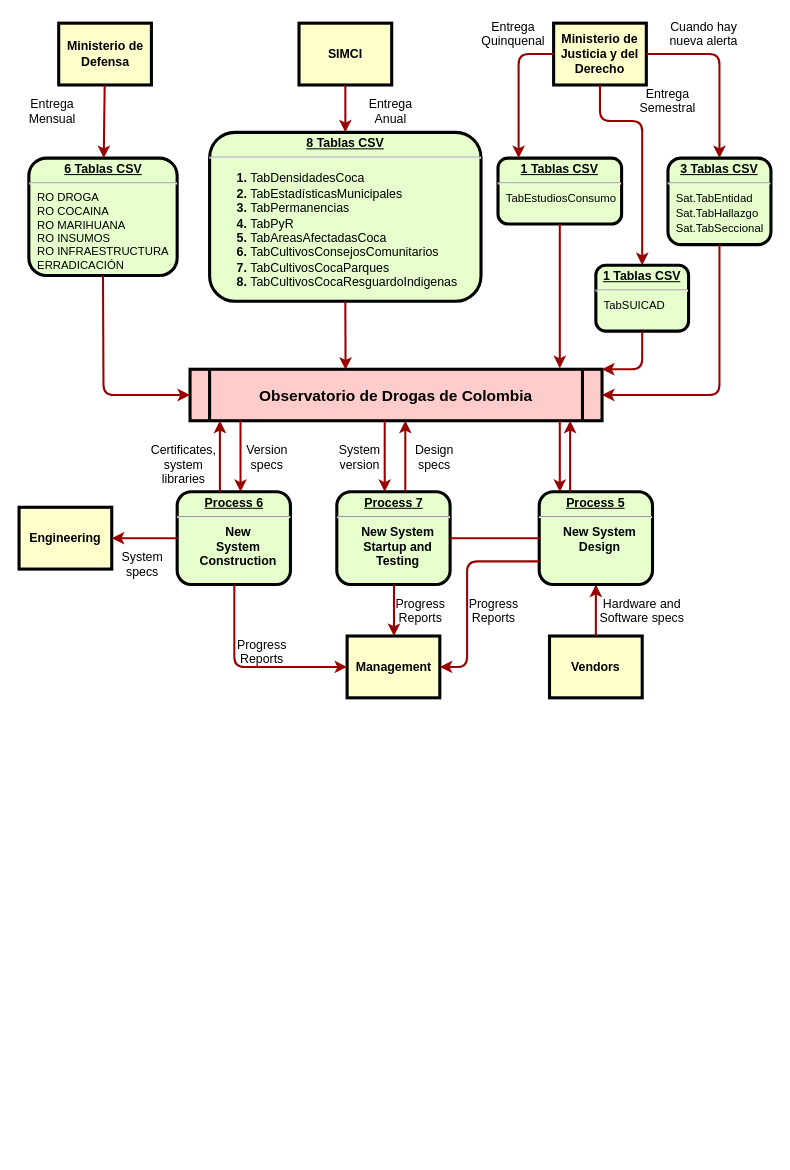
luisedchaf/Drawio keeps this draw.io diagram as Flujo de infor.drawio. Above is the earlier version. Source tidied: cells renumbered, new cells numbered last; positions are measured from the earlier drawing's top-left corner, leaving out a move shared by most shapes. Both pictures are drawn from the tidied source at 103%, with x=0, y=0 at pixel (19, 18).
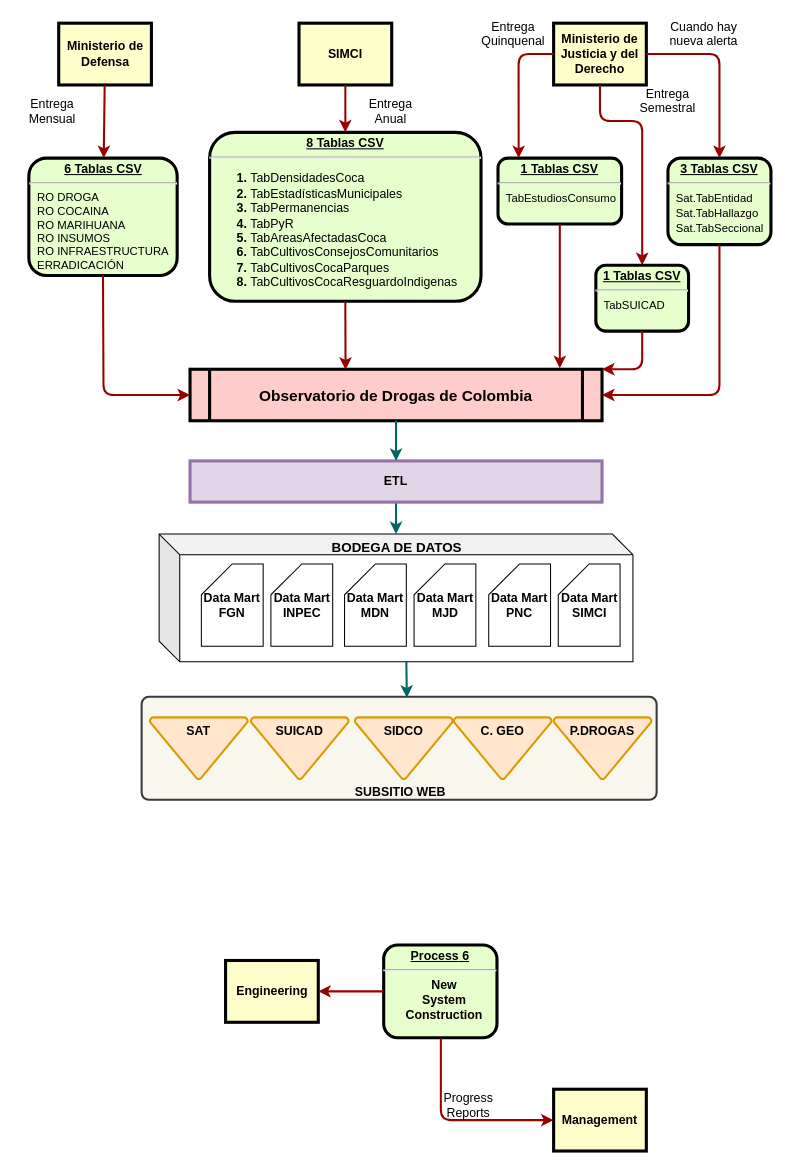
The same diagram, later.

Unchanged cells that the change refers to:
```xml
<mxCell id="4" value="Observatorio de Drogas de Colombia" style="shape=process;whiteSpace=wrap;align=center;verticalAlign=middle;size=0.0475;fontStyle=1;strokeWidth=3;fillColor=#FFCCCC;fontSize=15;" parent="1" vertex="1">
  <mxGeometry x="166" y="341" width="400" height="50" as="geometry" />
</mxCell>
```

Change to the diagram source:
```diff
@@
-    <mxCell id="5" value="&lt;p style=&quot;margin: 0px; margin-top: 4px; text-align: center; text-decoration: underline;&quot;&gt;&lt;strong&gt;&lt;strong&gt;Process&lt;/strong&gt; 5&lt;br /&gt;&lt;/strong&gt;&lt;/p&gt;&lt;hr /&gt;&lt;p style=&quot;margin: 0px; margin-left: 8px;&quot;&gt;New System&lt;/p&gt;&lt;p style=&quot;margin: 0px; margin-left: 8px;&quot;&gt;Design&lt;/p&gt;" style="verticalAlign=middle;align=center;overflow=fill;fontSize=12;fontFamily=Helvetica;html=1;rounded=1;fontStyle=1;strokeWidth=3;fillColor=#E6FFCC;" parent="1" vertex="1">
-      <mxGeometry x="505" y="460" width="110" height="90" as="geometry" />
-    </mxCell>
     <mxCell id="6" value="&lt;p style=&quot;margin: 0px; margin-top: 4px; text-align: center; text-decoration: underline;&quot;&gt;&lt;strong&gt;&lt;strong&gt;Process&lt;/strong&gt; 6&lt;br /&gt;&lt;/strong&gt;&lt;/p&gt;&lt;hr /&gt;&lt;p style=&quot;margin: 0px; margin-left: 8px;&quot;&gt;New&lt;/p&gt;&lt;p style=&quot;margin: 0px; margin-left: 8px;&quot;&gt;System&lt;/p&gt;&lt;p style=&quot;margin: 0px; margin-left: 8px;&quot;&gt;Construction&lt;/p&gt;" style="verticalAlign=middle;align=center;overflow=fill;fontSize=12;fontFamily=Helvetica;html=1;rounded=1;fontStyle=1;strokeWidth=3;fillColor=#E6FFCC;" parent="1" vertex="1">
-      <mxGeometry x="153.5" y="460" width="110" height="90" as="geometry" />
+      <mxGeometry x="354" y="900" width="110" height="90" as="geometry" />
     </mxCell>
     <mxCell id="7" value="Management" style="whiteSpace=wrap;align=center;verticalAlign=middle;fontStyle=1;strokeWidth=3;fillColor=#FFFFCC;" parent="1" vertex="1">
-      <mxGeometry x="318.5" y="600" width="90" height="60" as="geometry" />
+      <mxGeometry x="519" y="1040" width="90" height="60" as="geometry" />
     </mxCell>
     <mxCell id="8" value="Engineering" style="whiteSpace=wrap;align=center;verticalAlign=middle;fontStyle=1;strokeWidth=3;fillColor=#FFFFCC;" parent="1" vertex="1">
-      <mxGeometry y="475" width="90" height="60" as="geometry" />
+      <mxGeometry x="200.5" y="915" width="90" height="60" as="geometry" />
     </mxCell>
-    <mxCell id="9" value="Vendors" style="whiteSpace=wrap;align=center;verticalAlign=middle;fontStyle=1;strokeWidth=3;fillColor=#FFFFCC;" parent="1" vertex="1">
-      <mxGeometry x="515" y="600" width="90" height="60" as="geometry" />
-    </mxCell>
@@
-    <mxCell id="11" value="&lt;p style=&quot;margin: 0px; margin-top: 4px; text-align: center; text-decoration: underline;&quot;&gt;&lt;strong&gt;&lt;strong&gt;Process&lt;/strong&gt; 7&lt;br /&gt;&lt;/strong&gt;&lt;/p&gt;&lt;hr /&gt;&lt;p style=&quot;margin: 0px; margin-left: 8px;&quot;&gt;New System&lt;/p&gt;&lt;p style=&quot;margin: 0px; margin-left: 8px;&quot;&gt;Startup and&lt;/p&gt;&lt;p style=&quot;margin: 0px; margin-left: 8px;&quot;&gt;Testing&lt;/p&gt;" style="verticalAlign=middle;align=center;overflow=fill;fontSize=12;fontFamily=Helvetica;html=1;rounded=1;fontStyle=1;strokeWidth=3;fillColor=#E6FFCC;" parent="1" vertex="1">
-      <mxGeometry x="308.5" y="460" width="110" height="90" as="geometry" />
-    </mxCell>
-    <mxCell id="12" style="endArrow=none;noEdgeStyle=1;strokeColor=#990000;strokeWidth=2;" parent="1" edge="1" source="5" target="11">
-      <mxGeometry relative="1" as="geometry" />
-    </mxCell>
@@
-    <mxCell id="15" style="edgeStyle=elbowEdgeStyle;elbow=horizontal;strokeColor=#990000;strokeWidth=2;" parent="1" edge="1" source="5" target="4">
-      <mxGeometry relative="1" as="geometry">
-        <Array as="points">
-          <mxPoint x="535" y="420" />
-        </Array>
-      </mxGeometry>
-    </mxCell>
-    <mxCell id="16" style="edgeStyle=elbowEdgeStyle;elbow=horizontal;strokeColor=#990000;strokeWidth=2;" parent="1" edge="1" source="4" target="5">
-      <mxGeometry relative="1" as="geometry">
-        <Array as="points">
-          <mxPoint x="525" y="430" />
-        </Array>
-      </mxGeometry>
-    </mxCell>
-    <mxCell id="17" style="edgeStyle=elbowEdgeStyle;elbow=horizontal;strokeColor=#990000;strokeWidth=2;" parent="1" edge="1" source="9" target="5">
-      <mxGeometry relative="1" as="geometry" />
-    </mxCell>
-    <mxCell id="18" value="Hardware and&#10;Software specs" style="text;spacingTop=-5;align=center;" parent="1" vertex="1">
-      <mxGeometry x="590" y="560" width="30" height="20" as="geometry" />
-    </mxCell>
-    <mxCell id="19" style="edgeStyle=elbowEdgeStyle;elbow=horizontal;exitX=0;exitY=0.75;strokeColor=#990000;strokeWidth=2;" parent="1" edge="1" source="5" target="7">
-      <mxGeometry relative="1" as="geometry">
-        <Array as="points">
-          <mxPoint x="435" y="580" />
-        </Array>
-      </mxGeometry>
-    </mxCell>
-    <mxCell id="20" value="Progress&#10;Reports" style="text;spacingTop=-5;align=center;" parent="1" vertex="1">
-      <mxGeometry x="446" y="560" width="30" height="20" as="geometry" />
-    </mxCell>
-    <mxCell id="21" style="edgeStyle=elbowEdgeStyle;elbow=horizontal;strokeColor=#990000;strokeWidth=2;" parent="1" edge="1" source="11" target="7">
-      <mxGeometry relative="1" as="geometry" />
-    </mxCell>
-    <mxCell id="22" value="Progress&#10;Reports" style="text;spacingTop=-5;align=center;" parent="1" vertex="1">
-      <mxGeometry x="375" y="560" width="30" height="20" as="geometry" />
-    </mxCell>
     <mxCell id="23" style="edgeStyle=elbowEdgeStyle;elbow=horizontal;strokeColor=#990000;strokeWidth=2;" parent="1" edge="1" source="6" target="7">
       <mxGeometry relative="1" as="geometry">
         <Array as="points">
-          <mxPoint x="209" y="580" />
+          <mxPoint x="409.5" y="1020" />
         </Array>
       </mxGeometry>
     </mxCell>
     <mxCell id="24" value="Progress&#10;Reports" style="text;spacingTop=-5;align=center;" parent="1" vertex="1">
-      <mxGeometry x="221" y="600" width="30" height="20" as="geometry" />
+      <mxGeometry x="421.5" y="1040" width="30" height="20" as="geometry" />
     </mxCell>
@@
-    <mxCell id="26" style="edgeStyle=elbowEdgeStyle;elbow=horizontal;strokeColor=#990000;strokeWidth=2;" parent="1" edge="1" source="4" target="11">
-      <mxGeometry relative="1" as="geometry">
-        <Array as="points">
-          <mxPoint x="355" y="420" />
-        </Array>
-      </mxGeometry>
-    </mxCell>
-    <mxCell id="27" style="edgeStyle=elbowEdgeStyle;elbow=horizontal;strokeColor=#990000;strokeWidth=2;" parent="1" edge="1" source="11" target="4">
-      <mxGeometry relative="1" as="geometry">
-        <Array as="points">
-          <mxPoint x="375" y="420" />
-        </Array>
-      </mxGeometry>
-    </mxCell>
-    <mxCell id="28" value="Version&#10;specs" style="text;spacingTop=-5;align=center;" parent="1" vertex="1">
-      <mxGeometry x="226" y="411" width="30" height="20" as="geometry" />
-    </mxCell>
-    <mxCell id="29" value="Certificates,&#10;system&#10;libraries" style="text;spacingTop=-5;align=center;" parent="1" vertex="1">
-      <mxGeometry x="145" y="411" width="30" height="20" as="geometry" />
-    </mxCell>
-    <mxCell id="30" style="edgeStyle=elbowEdgeStyle;elbow=horizontal;strokeColor=#990000;strokeWidth=2;" parent="1" edge="1" source="4" target="6">
-      <mxGeometry relative="1" as="geometry">
-        <Array as="points">
-          <mxPoint x="215" y="420" />
-        </Array>
-      </mxGeometry>
-    </mxCell>
-    <mxCell id="31" style="edgeStyle=elbowEdgeStyle;elbow=horizontal;strokeColor=#990000;strokeWidth=2;" parent="1" edge="1" source="6" target="4">
-      <mxGeometry relative="1" as="geometry">
-        <Array as="points">
-          <mxPoint x="195" y="420" />
-        </Array>
-      </mxGeometry>
-    </mxCell>
-    <mxCell id="32" value="System&#10;specs" style="text;spacingTop=-5;align=center;" parent="1" vertex="1">
-      <mxGeometry x="105" y="515" width="30" height="20" as="geometry" />
-    </mxCell>
-    <mxCell id="33" value="Design&#10;specs" style="text;spacingTop=-5;align=center;" parent="1" vertex="1">
-      <mxGeometry x="388.5" y="411" width="30" height="20" as="geometry" />
-    </mxCell>
-    <mxCell id="34" value="System&#10;version" style="text;spacingTop=-5;align=center;" parent="1" vertex="1">
-      <mxGeometry x="316" y="411" width="30" height="20" as="geometry" />
-    </mxCell>
@@
+    <mxCell id="53" style="edgeStyle=orthogonalEdgeStyle;rounded=0;jettySize=auto;html=1;strokeColor=#006666;strokeWidth=2;" parent="1" edge="1" source="54" target="57">
+      <mxGeometry relative="1" as="geometry" />
+    </mxCell>
+    <mxCell id="54" value="ETL" style="whiteSpace=wrap;align=center;verticalAlign=middle;fontStyle=1;strokeWidth=3;fillColor=#e1d5e7;strokeColor=#9673a6;" parent="1" vertex="1">
+      <mxGeometry x="166" y="430" width="400" height="40" as="geometry" />
+    </mxCell>
+    <mxCell id="55" style="endArrow=classic;html=1;rounded=0;entryX=0.5;entryY=0;entryDx=0;entryDy=0;exitX=0.5;exitY=1;exitDx=0;exitDy=0;strokeColor=#006666;strokeWidth=2;" parent="1" edge="1" source="4" target="54">
+      <mxGeometry relative="1" as="geometry" />
+    </mxCell>
+    <mxCell id="56" style="group;" parent="1" vertex="1">
+      <mxGeometry x="136" y="499" width="460" height="126" as="geometry" />
+    </mxCell>
+    <mxCell id="57" style="shape=cube;whiteSpace=wrap;html=1;boundedLbl=1;backgroundOutline=1;darkOpacity=0.05;darkOpacity2=0.1;" parent="56" vertex="1">
+      <mxGeometry y="2" width="460" height="124" as="geometry" />
+    </mxCell>
+    <mxCell id="58" value="&lt;b&gt;Data Mart&lt;/b&gt;&lt;div&gt;&lt;b&gt;FGN&lt;/b&gt;&lt;/div&gt;" style="shape=card;whiteSpace=wrap;html=1;" parent="56" vertex="1">
+      <mxGeometry x="41" y="31" width="60" height="80" as="geometry" />
+    </mxCell>
+    <mxCell id="59" value="&lt;b&gt;Data Mart&lt;/b&gt;&lt;div&gt;&lt;b&gt;INPEC&lt;/b&gt;&lt;/div&gt;" style="shape=card;whiteSpace=wrap;html=1;" parent="56" vertex="1">
+      <mxGeometry x="108.5" y="31" width="60" height="80" as="geometry" />
+    </mxCell>
+    <mxCell id="60" value="&lt;b&gt;Data Mart&lt;/b&gt;&lt;div&gt;&lt;b&gt;MDN&lt;/b&gt;&lt;/div&gt;" style="shape=card;whiteSpace=wrap;html=1;" parent="56" vertex="1">
+      <mxGeometry x="180" y="31" width="60" height="80" as="geometry" />
+    </mxCell>
+    <mxCell id="61" value="&lt;b&gt;Data Mart&lt;/b&gt;&lt;div&gt;&lt;b&gt;MJD&lt;/b&gt;&lt;/div&gt;" style="shape=card;whiteSpace=wrap;html=1;" parent="56" vertex="1">
+      <mxGeometry x="247.5" y="31" width="60" height="80" as="geometry" />
+    </mxCell>
+    <mxCell id="62" value="&lt;b&gt;Data Mart&lt;/b&gt;&lt;div&gt;&lt;b&gt;PNC&lt;/b&gt;&lt;/div&gt;" style="shape=card;whiteSpace=wrap;html=1;" parent="56" vertex="1">
+      <mxGeometry x="320" y="31" width="60" height="80" as="geometry" />
+    </mxCell>
+    <mxCell id="63" value="&lt;b&gt;Data Mart&lt;/b&gt;&lt;div&gt;&lt;b&gt;SIMCI&lt;/b&gt;&lt;/div&gt;" style="shape=card;whiteSpace=wrap;html=1;" parent="56" vertex="1">
+      <mxGeometry x="387.5" y="31" width="60" height="80" as="geometry" />
+    </mxCell>
+    <mxCell id="64" value="BODEGA DE DATOS" style="text;html=1;align=center;verticalAlign=middle;whiteSpace=wrap;rounded=0;fontStyle=1;fontSize=13;" parent="56" vertex="1">
+      <mxGeometry x="159" width="144" height="30" as="geometry" />
+    </mxCell>
+    <mxCell id="65" style="group;fontStyle=1;" parent="1" vertex="1">
+      <mxGeometry x="119" y="659" width="500" height="105" as="geometry" />
+    </mxCell>
+    <mxCell id="66" style="rounded=1;whiteSpace=wrap;html=1;absoluteArcSize=1;arcSize=14;strokeWidth=2;fillColor=#f9f7ed;strokeColor=#36393d;" parent="65" vertex="1">
+      <mxGeometry width="500" height="100" as="geometry" />
+    </mxCell>
+    <mxCell id="67" value="SAT" style="strokeWidth=2;html=1;shape=mxgraph.flowchart.merge_or_storage;whiteSpace=wrap;fontStyle=1;verticalAlign=top;fillColor=#ffe6cc;strokeColor=#d79b00;" parent="65" vertex="1">
+      <mxGeometry x="8" y="20" width="95" height="60" as="geometry" />
+    </mxCell>
+    <mxCell id="68" value="SUICAD" style="strokeWidth=2;html=1;shape=mxgraph.flowchart.merge_or_storage;whiteSpace=wrap;fontStyle=1;verticalAlign=top;fillColor=#ffe6cc;strokeColor=#d79b00;" parent="65" vertex="1">
+      <mxGeometry x="106" y="20" width="95" height="60" as="geometry" />
+    </mxCell>
+    <mxCell id="69" value="SIDCO" style="strokeWidth=2;html=1;shape=mxgraph.flowchart.merge_or_storage;whiteSpace=wrap;fontStyle=1;verticalAlign=top;fillColor=#ffe6cc;strokeColor=#d79b00;" parent="65" vertex="1">
+      <mxGeometry x="207" y="20" width="95" height="60" as="geometry" />
+    </mxCell>
+    <mxCell id="70" value="C. GEO" style="strokeWidth=2;html=1;shape=mxgraph.flowchart.merge_or_storage;whiteSpace=wrap;fontStyle=1;verticalAlign=top;fillColor=#ffe6cc;strokeColor=#d79b00;" parent="65" vertex="1">
+      <mxGeometry x="303" y="20" width="95" height="60" as="geometry" />
+    </mxCell>
+    <mxCell id="71" value="P.DROGAS" style="strokeWidth=2;html=1;shape=mxgraph.flowchart.merge_or_storage;whiteSpace=wrap;fontStyle=1;verticalAlign=top;fillColor=#ffe6cc;strokeColor=#d79b00;" parent="65" vertex="1">
+      <mxGeometry x="400" y="20" width="95" height="60" as="geometry" />
+    </mxCell>
+    <mxCell id="72" value="SUBSITIO WEB" style="text;html=1;align=center;verticalAlign=middle;whiteSpace=wrap;rounded=0;fontStyle=1;" parent="65" vertex="1">
+      <mxGeometry x="197" y="80" width="109" height="25" as="geometry" />
+    </mxCell>
+    <mxCell id="73" style="endArrow=classic;html=1;rounded=0;exitX=0;exitY=0;exitDx=240;exitDy=124.00000000000001;exitPerimeter=0;fontSize=13;strokeWidth=2;strokeColor=#006666;entryX=0.515;entryY=0.009;entryDx=0;entryDy=0;entryPerimeter=0;" parent="1" edge="1" source="57" target="66">
+      <mxGeometry relative="1" as="geometry" />
+    </mxCell>
```
